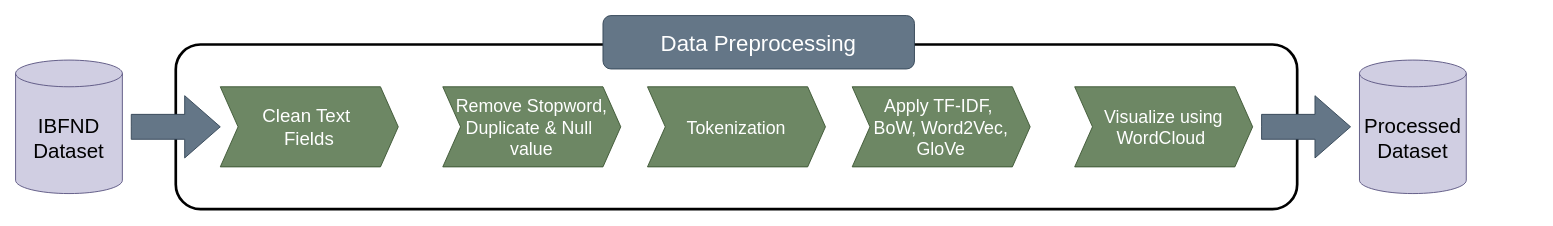
Before: fakenews_data_preprocessing.drawio in SultanMahamudOpu/workflow, a draw.io diagram. Source tidied: cells renumbered, new cells numbered last; positions are measured from the earlier drawing's top-left corner, leaving out a move shared by most shapes. Both pictures are drawn from the tidied source at 89%, with x=0, y=0 at pixel (15, 15).
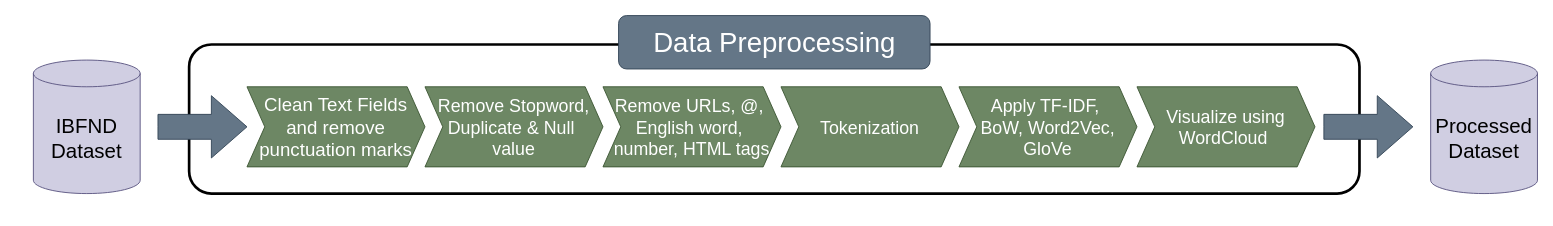
Above is the later version.

Change to the diagram source:
```diff
@@
 <mxGraphModel>
   <root>
     <mxCell id="0" />
     <mxCell id="1" parent="0" />
     <mxCell id="2" value="&lt;font style=&quot;font-size: 23px;&quot;&gt;IBFND Dataset&lt;/font&gt;" style="shape=cylinder3;whiteSpace=wrap;html=1;boundedLbl=1;backgroundOutline=1;size=15;fillColor=#d0cee2;strokeColor=#56517e;" parent="1" vertex="1">
-      <mxGeometry y="50" width="120" height="150" as="geometry" />
+      <mxGeometry x="20" y="50" width="120" height="150" as="geometry" />
     </mxCell>
-    <mxCell id="3" value="&lt;font style=&quot;font-size: 21px;&quot;&gt;Clean Text&amp;nbsp;&lt;/font&gt;&lt;div&gt;&lt;font style=&quot;font-size: 21px;&quot;&gt;Fields&lt;/font&gt;&lt;/div&gt;" style="shape=step;perimeter=stepPerimeter;whiteSpace=wrap;html=1;fixedSize=1;fillColor=#6d8764;fontColor=#ffffff;strokeColor=#3A5431;" parent="1" vertex="1">
-      <mxGeometry x="230" y="80" width="200" height="90" as="geometry" />
+    <mxCell id="3" value="&lt;font style=&quot;font-size: 21px;&quot;&gt;Clean Text&amp;nbsp;&lt;/font&gt;&lt;span style=&quot;font-size: 21px; background-color: transparent; color: light-dark(rgb(255, 255, 255), rgb(18, 18, 18));&quot;&gt;Fields and remove&lt;/span&gt;&lt;div&gt;&lt;font style=&quot;font-size: 21px;&quot;&gt;punctuation marks&lt;/font&gt;&lt;/div&gt;" style="shape=step;perimeter=stepPerimeter;whiteSpace=wrap;html=1;fixedSize=1;fillColor=#6d8764;fontColor=#ffffff;strokeColor=#3A5431;" parent="1" vertex="1">
+      <mxGeometry x="260" y="80" width="200" height="90" as="geometry" />
     </mxCell>
     <mxCell id="4" value="&lt;font style=&quot;font-size: 20px;&quot;&gt;Remove Stopword, Duplicate &amp;amp; Null&amp;nbsp;&lt;/font&gt;&lt;div&gt;&lt;font style=&quot;font-size: 20px;&quot;&gt;value&lt;/font&gt;&lt;/div&gt;" style="shape=step;perimeter=stepPerimeter;whiteSpace=wrap;html=1;fixedSize=1;fillColor=#6d8764;fontColor=#ffffff;strokeColor=#3A5431;" parent="1" vertex="1">
-      <mxGeometry x="480" y="80" width="200" height="90" as="geometry" />
+      <mxGeometry x="460" y="80" width="200" height="90" as="geometry" />
     </mxCell>
     <mxCell id="5" value="&lt;span style=&quot;font-size: 20px;&quot;&gt;Tokenization&lt;/span&gt;" style="shape=step;perimeter=stepPerimeter;whiteSpace=wrap;html=1;fixedSize=1;fillColor=#6d8764;fontColor=#ffffff;strokeColor=#3A5431;" parent="1" vertex="1">
-      <mxGeometry x="710" y="80" width="200" height="90" as="geometry" />
+      <mxGeometry x="860" y="80" width="200" height="90" as="geometry" />
     </mxCell>
     <mxCell id="6" value="&lt;span style=&quot;font-size: 20px;&quot;&gt;Apply TF-IDF,&amp;nbsp;&lt;/span&gt;&lt;div&gt;&lt;span style=&quot;font-size: 20px;&quot;&gt;BoW, Word2Vec, GloVe&lt;/span&gt;&lt;/div&gt;" style="shape=step;perimeter=stepPerimeter;whiteSpace=wrap;html=1;fixedSize=1;fillColor=#6d8764;fontColor=#ffffff;strokeColor=#3A5431;" parent="1" vertex="1">
-      <mxGeometry x="940" y="80" width="200" height="90" as="geometry" />
+      <mxGeometry x="1060" y="80" width="200" height="90" as="geometry" />
     </mxCell>
     <mxCell id="7" value="&lt;span style=&quot;font-size: 20px;&quot;&gt;Visualize using WordCloud&amp;nbsp;&lt;/span&gt;" style="shape=step;perimeter=stepPerimeter;whiteSpace=wrap;html=1;fixedSize=1;fillColor=#6d8764;fontColor=#ffffff;strokeColor=#3A5431;" parent="1" vertex="1">
-      <mxGeometry x="1190" y="80" width="200" height="90" as="geometry" />
+      <mxGeometry x="1260" y="80" width="200" height="90" as="geometry" />
     </mxCell>
     <mxCell id="8" value="&lt;font style=&quot;font-size: 23px;&quot;&gt;Processed&lt;/font&gt;&lt;div&gt;&lt;font style=&quot;font-size: 23px;&quot;&gt;Dataset&lt;/font&gt;&lt;/div&gt;" style="shape=cylinder3;whiteSpace=wrap;html=1;boundedLbl=1;backgroundOutline=1;size=15;fillColor=#d0cee2;strokeColor=#56517e;" parent="1" vertex="1">
-      <mxGeometry x="1510" y="50" width="120" height="150" as="geometry" />
+      <mxGeometry x="1590" y="50" width="120" height="150" as="geometry" />
     </mxCell>
     <mxCell id="9" style="rounded=1;whiteSpace=wrap;html=1;fillColor=none;strokeWidth=3;" parent="1" vertex="1">
-      <mxGeometry x="180" y="32.5" width="1260" height="185" as="geometry" />
+      <mxGeometry x="195" y="32.5" width="1315" height="167.5" as="geometry" />
     </mxCell>
     <mxCell id="10" style="html=1;shadow=0;dashed=0;align=center;verticalAlign=middle;shape=mxgraph.arrows2.arrow;dy=0.6;dx=40;notch=0;fillColor=#647687;fontColor=#ffffff;strokeColor=#314354;" parent="1" vertex="1">
-      <mxGeometry x="130" y="90" width="100" height="70" as="geometry" />
+      <mxGeometry x="160" y="90" width="100" height="70" as="geometry" />
     </mxCell>
     <mxCell id="11" style="html=1;shadow=0;dashed=0;align=center;verticalAlign=middle;shape=mxgraph.arrows2.arrow;dy=0.6;dx=40;notch=0;fillColor=#647687;fontColor=#ffffff;strokeColor=#314354;" parent="1" vertex="1">
-      <mxGeometry x="1400" y="90" width="100" height="70" as="geometry" />
+      <mxGeometry x="1470" y="90" width="100" height="70" as="geometry" />
     </mxCell>
-    <mxCell id="12" value="&lt;font style=&quot;font-size: 25px;&quot;&gt;Data Preprocessing&lt;/font&gt;" style="rounded=1;whiteSpace=wrap;html=1;fillColor=#647687;strokeColor=#314354;fontColor=#ffffff;" parent="1" vertex="1">
-      <mxGeometry x="660" width="350" height="60" as="geometry" />
+    <mxCell id="12" value="&lt;font style=&quot;font-size: 31px;&quot;&gt;Data Preprocessing&lt;/font&gt;" style="rounded=1;whiteSpace=wrap;html=1;fillColor=#647687;strokeColor=#314354;fontColor=#ffffff;" parent="1" vertex="1">
+      <mxGeometry x="677.5" width="350" height="60" as="geometry" />
     </mxCell>
+    <mxCell id="13" value="&lt;font style=&quot;font-size: 20px;&quot;&gt;Remove URLs, @,&amp;nbsp; English word,&amp;nbsp;&lt;/font&gt;&lt;div&gt;&lt;font style=&quot;font-size: 20px;&quot;&gt;number,&amp;nbsp;&lt;/font&gt;&lt;span style=&quot;font-size: 20px; background-color: transparent; color: light-dark(rgb(255, 255, 255), rgb(18, 18, 18));&quot;&gt;HTML tags&lt;/span&gt;&lt;/div&gt;" style="shape=step;perimeter=stepPerimeter;whiteSpace=wrap;html=1;fixedSize=1;fillColor=#6d8764;fontColor=#ffffff;strokeColor=#3A5431;" parent="1" vertex="1">
+      <mxGeometry x="660" y="80" width="200" height="90" as="geometry" />
+    </mxCell>
   </root>
 </mxGraphModel>
```
